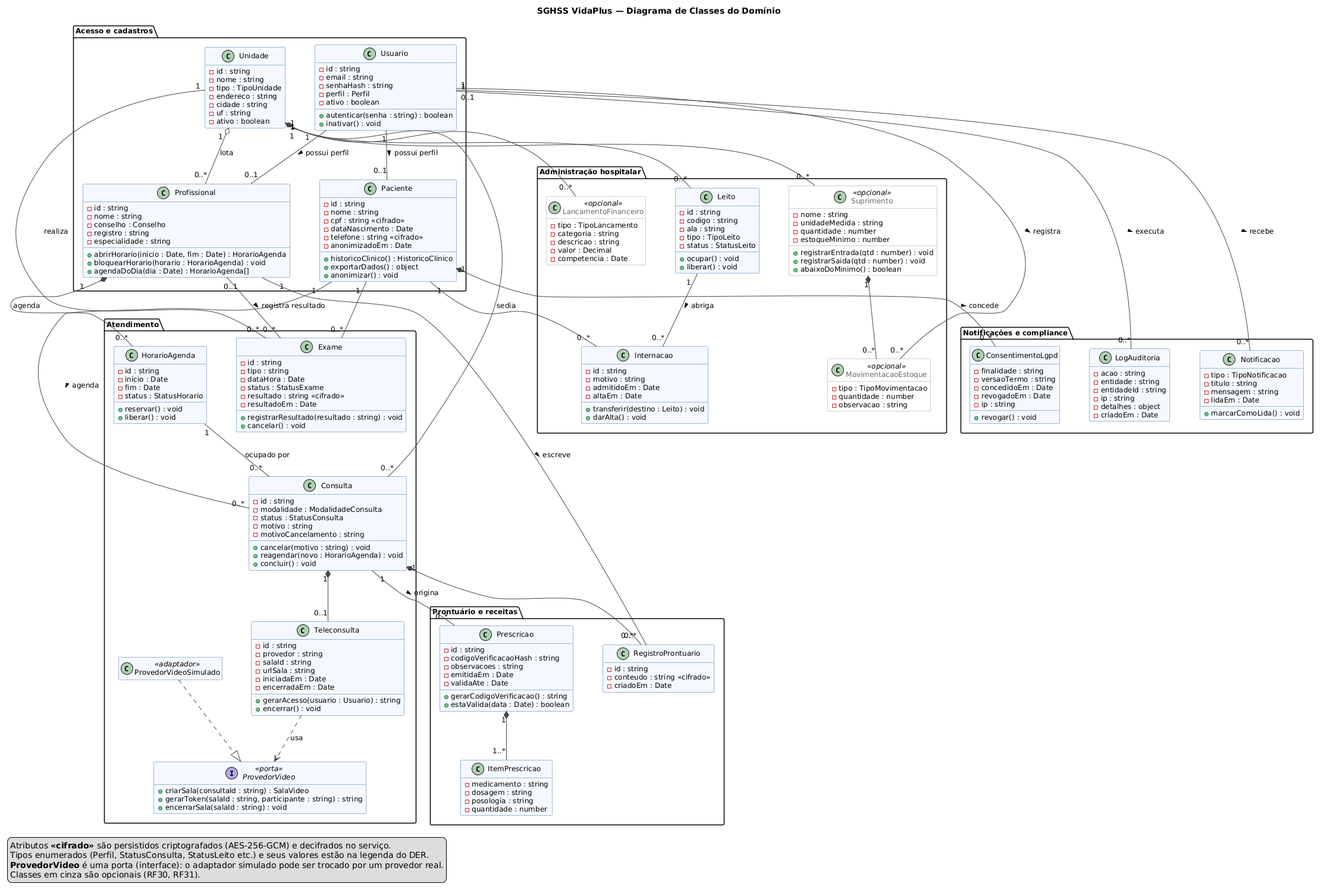
Above: docs/diagramas/classes.png in JlucasFaria/sghss-api (PlantUML), before the change.
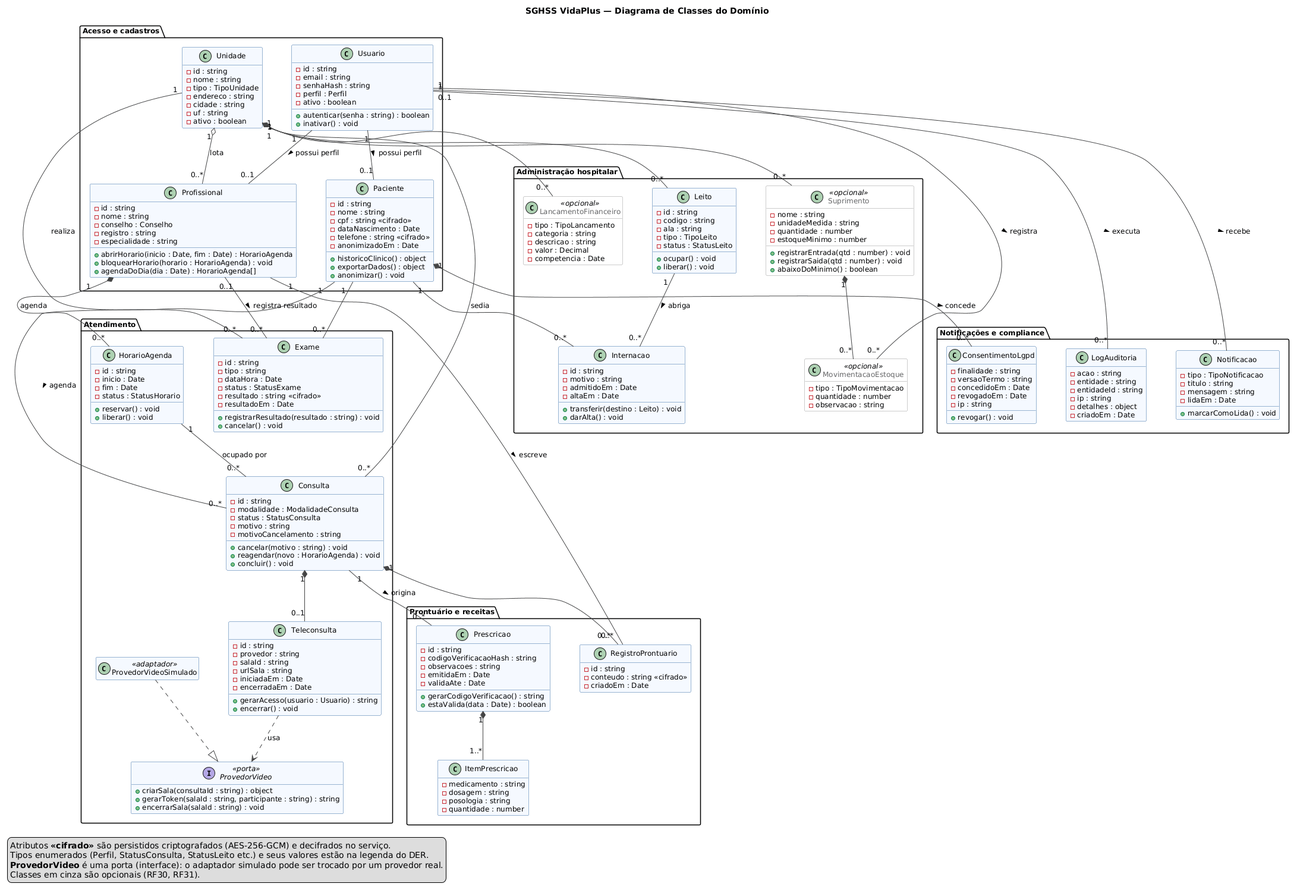
The same file after the commit.

Diff of the diagram source:
```diff
@@ -46,7 +46,7 @@
     - dataNascimento : Date
     - telefone : string <<cifrado>>
     - anonimizadoEm : Date
-    + historicoClinico() : HistoricoClinico
+    + historicoClinico() : object
     + exportarDados() : object
     + anonimizar() : void
   }
@@ -96,7 +96,7 @@
   }
 
   interface ProvedorVideo <<porta>> {
-    + criarSala(consultaId : string) : SalaVideo
+    + criarSala(consultaId : string) : object
     + gerarToken(salaId : string, participante : string) : string
     + encerrarSala(salaId : string) : void
   }
```
